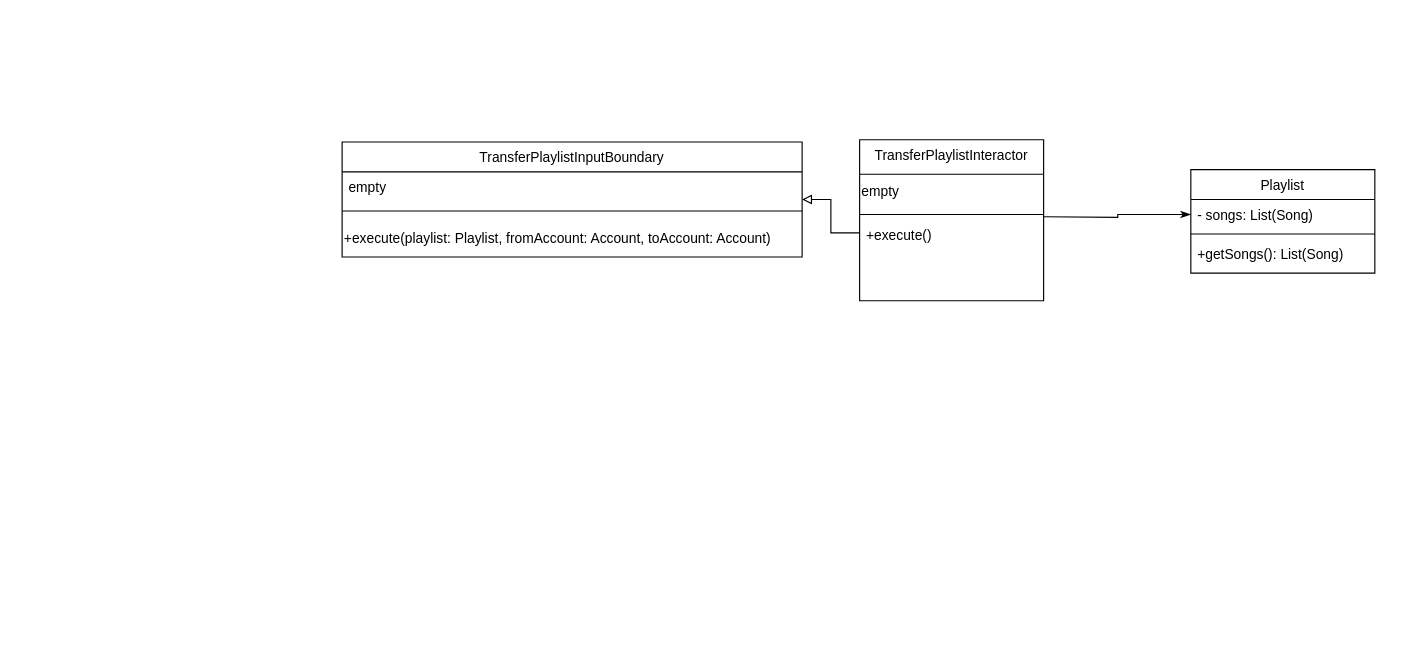
The draw.io diagram Untitled Diagram.drawio in TeenI126/CSC207DuckGum, before the edit. Source tidied: cells renumbered, new cells numbered last; positions are measured from the earlier drawing's top-left corner, leaving out a move shared by most shapes. Both pictures are drawn from the tidied source at 115%, with x=0, y=0 at pixel (342, 139).
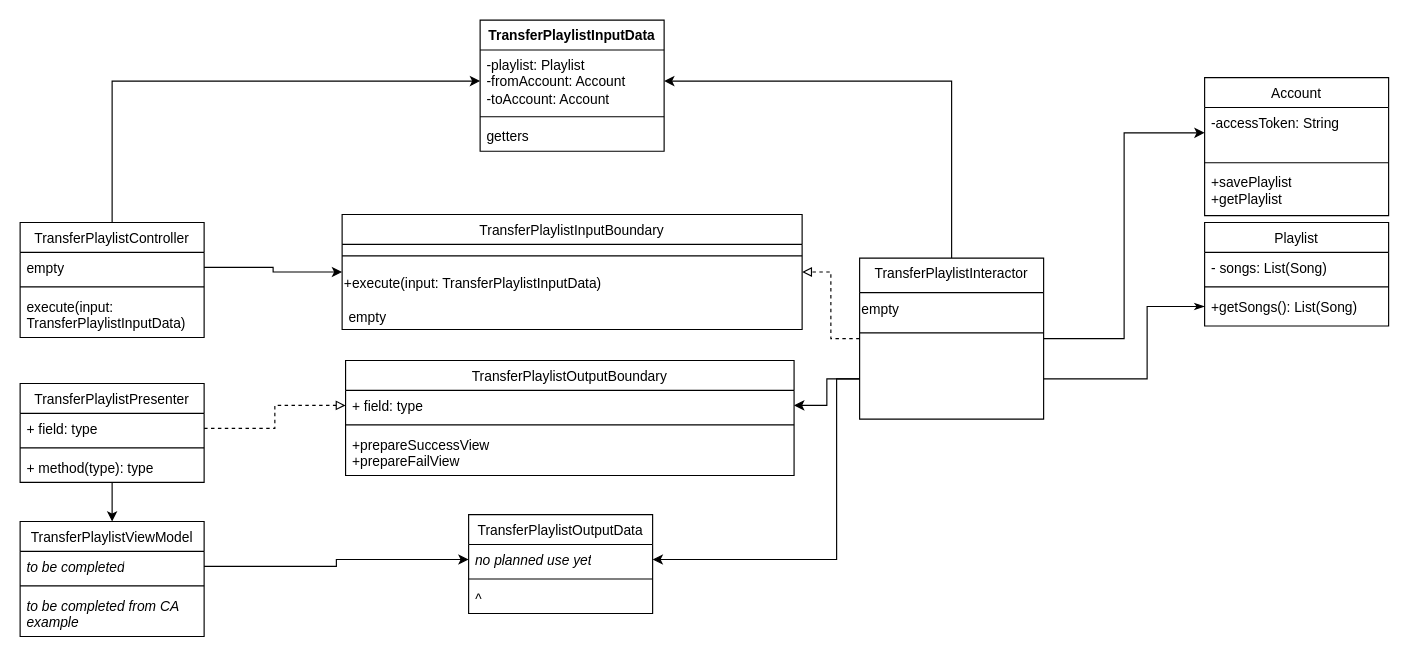
The same diagram, later.

Unchanged cells that the change refers to:
```xml
<mxCell id="3" value="- songs: List(Song)" style="text;align=left;verticalAlign=top;spacingLeft=4;spacingRight=4;overflow=hidden;points=[[0,0.5],[1,0.5]];portConstraint=eastwest;" parent="2" vertex="1">
  <mxGeometry y="26" width="160" height="26" as="geometry" />
</mxCell>
<mxCell id="5" value="+getSongs(): List(Song)" style="text;align=left;verticalAlign=top;spacingLeft=4;spacingRight=4;overflow=hidden;points=[[0,0.5],[1,0.5]];portConstraint=eastwest;" parent="2" vertex="1">
  <mxGeometry y="60" width="160" height="26" as="geometry" />
</mxCell>
```

What changed in the source:
```diff
@@
     <mxCell id="2" value="Playlist" style="swimlane;fontStyle=0;align=center;verticalAlign=top;horizontal=1;startSize=26;rounded=0;shadow=0;strokeWidth=1;" parent="1" vertex="1">
-      <mxGeometry x="738" y="26" width="160" height="90" as="geometry" />
+      <mxGeometry x="750" y="72" width="160" height="90" as="geometry" />
     </mxCell>
@@
-    <mxCell id="6" style="edgeStyle=orthogonalEdgeStyle;rounded=0;jettySize=auto;html=1;exitX=1;exitY=0.5;exitDx=0;exitDy=0;entryX=0;entryY=0.5;entryDx=0;entryDy=0;endArrow=classicThin;endFill=1;" parent="1" edge="1" target="3">
+    <mxCell id="6" style="edgeStyle=orthogonalEdgeStyle;rounded=0;jettySize=auto;html=1;exitX=1;exitY=0.75;exitDx=0;exitDy=0;entryX=0;entryY=0.5;entryDx=0;entryDy=0;endArrow=classicThin;endFill=1;" parent="1" edge="1" source="11" target="5">
       <mxGeometry relative="1" as="geometry">
-        <mxPoint x="610" y="67" as="sourcePoint" />
+        <Array as="points">
+          <mxPoint x="700" y="208" />
+          <mxPoint x="700" y="145" />
+        </Array>
       </mxGeometry>
     </mxCell>
     <mxCell id="7" value="&lt;span style=&quot;font-weight: normal;&quot;&gt;TransferPlaylistInputBoundary&lt;/span&gt;" style="swimlane;fontStyle=1;align=center;verticalAlign=top;horizontal=1;startSize=26;whiteSpace=wrap;html=1;" parent="1" vertex="1">
-      <mxGeometry y="2" width="400" height="100" as="geometry" />
+      <mxGeometry y="65" width="400" height="100" as="geometry" />
     </mxCell>
-    <mxCell id="8" value="empty" style="text;strokeColor=none;fillColor=none;align=left;verticalAlign=top;spacingLeft=4;spacingRight=4;overflow=hidden;whiteSpace=wrap;html=1;" parent="7" vertex="1">
-      <mxGeometry y="26" width="400" height="24" as="geometry" />
-    </mxCell>
     <mxCell id="9" style="line;strokeWidth=1;fillColor=none;align=left;verticalAlign=middle;spacingTop=-1;spacingLeft=3;spacingRight=3;labelPosition=right;strokeColor=inherit;" parent="7" vertex="1">
-      <mxGeometry y="50" width="400" height="20" as="geometry" />
+      <mxGeometry y="26" width="400" height="20" as="geometry" />
     </mxCell>
-    <mxCell id="10" value="+execute(playlist: Playlist, fromAccount: Account, toAccount: Account)" style="text;html=1;align=left;verticalAlign=top;strokeColor=none;fillColor=none;horizontal=1;" parent="7" vertex="1">
-      <mxGeometry y="70" width="400" height="30" as="geometry" />
+    <mxCell id="10" value="+execute(input: TransferPlaylistInputData)" style="text;html=1;align=left;verticalAlign=top;strokeColor=none;fillColor=none;horizontal=1;" parent="7" vertex="1">
+      <mxGeometry y="46" width="400" height="30" as="geometry" />
     </mxCell>
+    <mxCell id="8" value="empty" style="text;strokeColor=none;fillColor=none;align=left;verticalAlign=top;spacingLeft=4;spacingRight=4;overflow=hidden;whiteSpace=wrap;html=1;" parent="7" vertex="1">
+      <mxGeometry y="76" width="400" height="24" as="geometry" />
+    </mxCell>
+    <mxCell id="16" style="edgeStyle=orthogonalEdgeStyle;rounded=0;jettySize=auto;html=1;entryX=1;entryY=0.5;entryDx=0;entryDy=0;" parent="1" edge="1" source="11" target="26">
+      <mxGeometry relative="1" as="geometry" />
+    </mxCell>
+    <mxCell id="17" style="edgeStyle=orthogonalEdgeStyle;rounded=0;jettySize=auto;html=1;exitX=1;exitY=0.5;exitDx=0;exitDy=0;" parent="1" edge="1" source="11" target="31">
+      <mxGeometry relative="1" as="geometry" />
+    </mxCell>
+    <mxCell id="18" style="edgeStyle=orthogonalEdgeStyle;rounded=0;jettySize=auto;html=1;exitX=0;exitY=0.75;exitDx=0;exitDy=0;" parent="1" edge="1" source="11" target="35">
+      <mxGeometry relative="1" as="geometry" />
+    </mxCell>
+    <mxCell id="19" style="edgeStyle=orthogonalEdgeStyle;rounded=0;jettySize=auto;html=1;exitX=0;exitY=0.75;exitDx=0;exitDy=0;entryX=1;entryY=0.5;entryDx=0;entryDy=0;" parent="1" edge="1" source="11" target="49">
+      <mxGeometry relative="1" as="geometry">
+        <Array as="points">
+          <mxPoint x="430" y="208" />
+          <mxPoint x="430" y="365" />
+        </Array>
+      </mxGeometry>
+    </mxCell>
     <mxCell id="11" value="TransferPlaylistInteractor" style="swimlane;fontStyle=0;align=center;verticalAlign=top;horizontal=1;startSize=30;rounded=0;shadow=0;strokeWidth=1;" parent="1" vertex="1">
-      <mxGeometry x="450" width="160" height="140" as="geometry" />
+      <mxGeometry x="450" y="103" width="160" height="140" as="geometry" />
     </mxCell>
@@
-    <mxCell id="14" value="+execute()" style="text;align=left;verticalAlign=top;spacingLeft=4;spacingRight=4;overflow=hidden;points=[[0,0.5],[1,0.5]];portConstraint=eastwest;" parent="11" vertex="1">
-      <mxGeometry y="70" width="160" height="22" as="geometry" />
-    </mxCell>
-    <mxCell id="15" style="edgeStyle=orthogonalEdgeStyle;rounded=0;jettySize=auto;html=1;exitX=0;exitY=0.5;exitDx=0;exitDy=0;entryX=1;entryY=0.5;entryDx=0;entryDy=0;endArrow=block;endFill=0;" parent="1" edge="1" source="14" target="7">
+    <mxCell id="15" style="edgeStyle=orthogonalEdgeStyle;rounded=0;jettySize=auto;html=1;exitX=0;exitY=0.5;exitDx=0;exitDy=0;entryX=1;entryY=0.5;entryDx=0;entryDy=0;endArrow=block;endFill=0;dashed=1;" parent="1" edge="1" source="11" target="7">
       <mxGeometry relative="1" as="geometry" />
     </mxCell>
+    <mxCell id="20" style="edgeStyle=orthogonalEdgeStyle;rounded=0;jettySize=auto;html=1;exitX=0.5;exitY=0;exitDx=0;exitDy=0;entryX=0;entryY=0.5;entryDx=0;entryDy=0;" parent="1" edge="1" source="21" target="26">
+      <mxGeometry relative="1" as="geometry" />
+    </mxCell>
+    <mxCell id="21" value="&lt;span style=&quot;font-weight: 400;&quot;&gt;TransferPlaylistController&lt;/span&gt;" style="swimlane;fontStyle=1;align=center;verticalAlign=top;horizontal=1;startSize=26;whiteSpace=wrap;html=1;" parent="1" vertex="1">
+      <mxGeometry x="-280" y="72" width="160" height="100" as="geometry" />
+    </mxCell>
+    <mxCell id="22" value="empty" style="text;strokeColor=none;fillColor=none;align=left;verticalAlign=top;spacingLeft=4;spacingRight=4;overflow=hidden;points=[[0,0.5],[1,0.5]];portConstraint=eastwest;whiteSpace=wrap;html=1;" parent="21" vertex="1">
+      <mxGeometry y="26" width="160" height="26" as="geometry" />
+    </mxCell>
+    <mxCell id="23" style="line;strokeWidth=1;fillColor=none;align=left;verticalAlign=middle;spacingTop=-1;spacingLeft=3;spacingRight=3;labelPosition=right;strokeColor=inherit;" parent="21" vertex="1">
+      <mxGeometry y="52" width="160" height="8" as="geometry" />
+    </mxCell>
+    <mxCell id="24" value="execute(input: TransferPlaylistInputData)" style="text;strokeColor=none;fillColor=none;align=left;verticalAlign=top;spacingLeft=4;spacingRight=4;overflow=hidden;whiteSpace=wrap;html=1;" parent="21" vertex="1">
+      <mxGeometry y="60" width="160" height="40" as="geometry" />
+    </mxCell>
+    <mxCell id="25" value="TransferPlaylistInputData" style="swimlane;fontStyle=1;align=center;verticalAlign=top;horizontal=1;startSize=26;whiteSpace=wrap;html=1;" parent="1" vertex="1">
+      <mxGeometry x="120" y="-104" width="160" height="114" as="geometry" />
+    </mxCell>
+    <mxCell id="26" value="-playlist: Playlist&lt;br&gt;-fromAccount: Account&lt;br&gt;-toAccount: Account" style="text;strokeColor=none;fillColor=none;align=left;verticalAlign=top;spacingLeft=4;spacingRight=4;overflow=hidden;points=[[0,0.5],[1,0.5]];portConstraint=eastwest;whiteSpace=wrap;html=1;" parent="25" vertex="1">
+      <mxGeometry y="26" width="160" height="54" as="geometry" />
+    </mxCell>
+    <mxCell id="27" style="line;strokeWidth=1;fillColor=none;align=left;verticalAlign=middle;spacingTop=-1;spacingLeft=3;spacingRight=3;labelPosition=right;strokeColor=inherit;" parent="25" vertex="1">
+      <mxGeometry y="80" width="160" height="8" as="geometry" />
+    </mxCell>
+    <mxCell id="28" value="getters" style="text;strokeColor=none;fillColor=none;align=left;verticalAlign=top;spacingLeft=4;spacingRight=4;overflow=hidden;whiteSpace=wrap;html=1;" parent="25" vertex="1">
+      <mxGeometry y="88" width="160" height="26" as="geometry" />
+    </mxCell>
+    <mxCell id="29" style="edgeStyle=orthogonalEdgeStyle;rounded=0;jettySize=auto;html=1;exitX=1;exitY=0.5;exitDx=0;exitDy=0;" parent="1" edge="1" source="22" target="7">
+      <mxGeometry relative="1" as="geometry" />
+    </mxCell>
+    <mxCell id="30" value="&lt;span style=&quot;font-weight: normal;&quot;&gt;Account&lt;/span&gt;" style="swimlane;fontStyle=1;align=center;verticalAlign=top;horizontal=1;startSize=26;whiteSpace=wrap;html=1;" parent="1" vertex="1">
+      <mxGeometry x="750" y="-54" width="160" height="120" as="geometry" />
+    </mxCell>
+    <mxCell id="31" value="-accessToken: String" style="text;strokeColor=none;fillColor=none;align=left;verticalAlign=top;spacingLeft=4;spacingRight=4;overflow=hidden;points=[[0,0.5],[1,0.5]];portConstraint=eastwest;whiteSpace=wrap;html=1;" parent="30" vertex="1">
+      <mxGeometry y="26" width="160" height="44" as="geometry" />
+    </mxCell>
+    <mxCell id="32" style="line;strokeWidth=1;fillColor=none;align=left;verticalAlign=middle;spacingTop=-1;spacingLeft=3;spacingRight=3;labelPosition=right;strokeColor=inherit;" parent="30" vertex="1">
+      <mxGeometry y="70" width="160" height="8" as="geometry" />
+    </mxCell>
+    <mxCell id="33" value="+savePlaylist&lt;br&gt;+getPlaylist" style="text;strokeColor=none;fillColor=none;align=left;verticalAlign=top;spacingLeft=4;spacingRight=4;overflow=hidden;whiteSpace=wrap;html=1;" parent="30" vertex="1">
+      <mxGeometry y="78" width="160" height="42" as="geometry" />
+    </mxCell>
+    <mxCell id="34" value="&lt;span style=&quot;font-weight: normal;&quot;&gt;TransferPlaylistOutputBoundary&lt;br&gt;&lt;/span&gt;" style="swimlane;fontStyle=1;align=center;verticalAlign=top;horizontal=1;startSize=26;whiteSpace=wrap;html=1;" parent="1" vertex="1">
+      <mxGeometry x="3" y="192" width="390" height="100" as="geometry" />
+    </mxCell>
+    <mxCell id="35" value="+ field: type" style="text;strokeColor=none;fillColor=none;align=left;verticalAlign=top;spacingLeft=4;spacingRight=4;overflow=hidden;points=[[0,0.5],[1,0.5]];portConstraint=eastwest;whiteSpace=wrap;html=1;" parent="34" vertex="1">
+      <mxGeometry y="26" width="390" height="26" as="geometry" />
+    </mxCell>
+    <mxCell id="36" style="line;strokeWidth=1;fillColor=none;align=left;verticalAlign=middle;spacingTop=-1;spacingLeft=3;spacingRight=3;labelPosition=right;strokeColor=inherit;" parent="34" vertex="1">
+      <mxGeometry y="52" width="390" height="8" as="geometry" />
+    </mxCell>
+    <mxCell id="37" value="+prepareSuccessView&lt;br&gt;+prepareFailView" style="text;strokeColor=none;fillColor=none;align=left;verticalAlign=top;spacingLeft=4;spacingRight=4;overflow=hidden;whiteSpace=wrap;html=1;" parent="34" vertex="1">
+      <mxGeometry y="60" width="390" height="40" as="geometry" />
+    </mxCell>
+    <mxCell id="38" style="edgeStyle=orthogonalEdgeStyle;rounded=0;jettySize=auto;html=1;" parent="1" edge="1" source="39" target="44">
+      <mxGeometry relative="1" as="geometry" />
+    </mxCell>
+    <mxCell id="39" value="&lt;span style=&quot;font-weight: 400;&quot;&gt;TransferPlaylistPresenter&lt;/span&gt;" style="swimlane;fontStyle=1;align=center;verticalAlign=top;horizontal=1;startSize=26;whiteSpace=wrap;html=1;" parent="1" vertex="1">
+      <mxGeometry x="-280" y="212" width="160" height="86" as="geometry" />
+    </mxCell>
+    <mxCell id="40" value="+ field: type" style="text;strokeColor=none;fillColor=none;align=left;verticalAlign=top;spacingLeft=4;spacingRight=4;overflow=hidden;points=[[0,0.5],[1,0.5]];portConstraint=eastwest;whiteSpace=wrap;html=1;" parent="39" vertex="1">
+      <mxGeometry y="26" width="160" height="26" as="geometry" />
+    </mxCell>
+    <mxCell id="41" style="line;strokeWidth=1;fillColor=none;align=left;verticalAlign=middle;spacingTop=-1;spacingLeft=3;spacingRight=3;labelPosition=right;strokeColor=inherit;" parent="39" vertex="1">
+      <mxGeometry y="52" width="160" height="8" as="geometry" />
+    </mxCell>
+    <mxCell id="42" value="+ method(type): type" style="text;strokeColor=none;fillColor=none;align=left;verticalAlign=top;spacingLeft=4;spacingRight=4;overflow=hidden;whiteSpace=wrap;html=1;" parent="39" vertex="1">
+      <mxGeometry y="60" width="160" height="26" as="geometry" />
+    </mxCell>
+    <mxCell id="43" style="edgeStyle=orthogonalEdgeStyle;rounded=0;jettySize=auto;html=1;exitX=1;exitY=0.5;exitDx=0;exitDy=0;entryX=0;entryY=0.5;entryDx=0;entryDy=0;dashed=1;endArrow=block;endFill=0;" parent="1" edge="1" source="40" target="35">
+      <mxGeometry relative="1" as="geometry" />
+    </mxCell>
+    <mxCell id="44" value="&lt;span style=&quot;font-weight: normal;&quot;&gt;TransferPlaylistViewModel&lt;/span&gt;" style="swimlane;fontStyle=1;align=center;verticalAlign=top;horizontal=1;startSize=26;whiteSpace=wrap;html=1;" parent="1" vertex="1">
+      <mxGeometry x="-280" y="332" width="160" height="100" as="geometry" />
+    </mxCell>
+    <mxCell id="45" value="&lt;i&gt;to be completed&lt;/i&gt;" style="text;strokeColor=none;fillColor=none;align=left;verticalAlign=top;spacingLeft=4;spacingRight=4;overflow=hidden;points=[[0,0.5],[1,0.5]];portConstraint=eastwest;whiteSpace=wrap;html=1;" parent="44" vertex="1">
+      <mxGeometry y="26" width="160" height="26" as="geometry" />
+    </mxCell>
+    <mxCell id="46" style="line;strokeWidth=1;fillColor=none;align=left;verticalAlign=middle;spacingTop=-1;spacingLeft=3;spacingRight=3;labelPosition=right;strokeColor=inherit;" parent="44" vertex="1">
+      <mxGeometry y="52" width="160" height="8" as="geometry" />
+    </mxCell>
+    <mxCell id="47" value="&lt;i&gt;to be completed from CA example&lt;/i&gt;" style="text;strokeColor=none;fillColor=none;align=left;verticalAlign=top;spacingLeft=4;spacingRight=4;overflow=hidden;whiteSpace=wrap;html=1;" parent="44" vertex="1">
+      <mxGeometry y="60" width="160" height="40" as="geometry" />
+    </mxCell>
+    <mxCell id="48" value="&lt;span style=&quot;font-weight: normal;&quot;&gt;TransferPlaylistOutputData&lt;/span&gt;" style="swimlane;fontStyle=1;align=center;verticalAlign=top;horizontal=1;startSize=26;whiteSpace=wrap;html=1;" parent="1" vertex="1">
+      <mxGeometry x="110" y="326" width="160" height="86" as="geometry" />
+    </mxCell>
+    <mxCell id="49" value="&lt;i&gt;no planned use yet&lt;/i&gt;" style="text;strokeColor=none;fillColor=none;align=left;verticalAlign=top;spacingLeft=4;spacingRight=4;overflow=hidden;points=[[0,0.5],[1,0.5]];portConstraint=eastwest;whiteSpace=wrap;html=1;" parent="48" vertex="1">
+      <mxGeometry y="26" width="160" height="26" as="geometry" />
+    </mxCell>
+    <mxCell id="50" style="line;strokeWidth=1;fillColor=none;align=left;verticalAlign=middle;spacingTop=-1;spacingLeft=3;spacingRight=3;labelPosition=right;strokeColor=inherit;" parent="48" vertex="1">
+      <mxGeometry y="52" width="160" height="8" as="geometry" />
+    </mxCell>
+    <mxCell id="51" value="&lt;i&gt;^&lt;/i&gt;" style="text;strokeColor=none;fillColor=none;align=left;verticalAlign=top;spacingLeft=4;spacingRight=4;overflow=hidden;whiteSpace=wrap;html=1;" parent="48" vertex="1">
+      <mxGeometry y="60" width="160" height="26" as="geometry" />
+    </mxCell>
+    <mxCell id="52" style="edgeStyle=orthogonalEdgeStyle;rounded=0;jettySize=auto;html=1;exitX=1;exitY=0.5;exitDx=0;exitDy=0;entryX=0;entryY=0.5;entryDx=0;entryDy=0;" parent="1" edge="1" source="45" target="49">
+      <mxGeometry relative="1" as="geometry" />
+    </mxCell>
```
